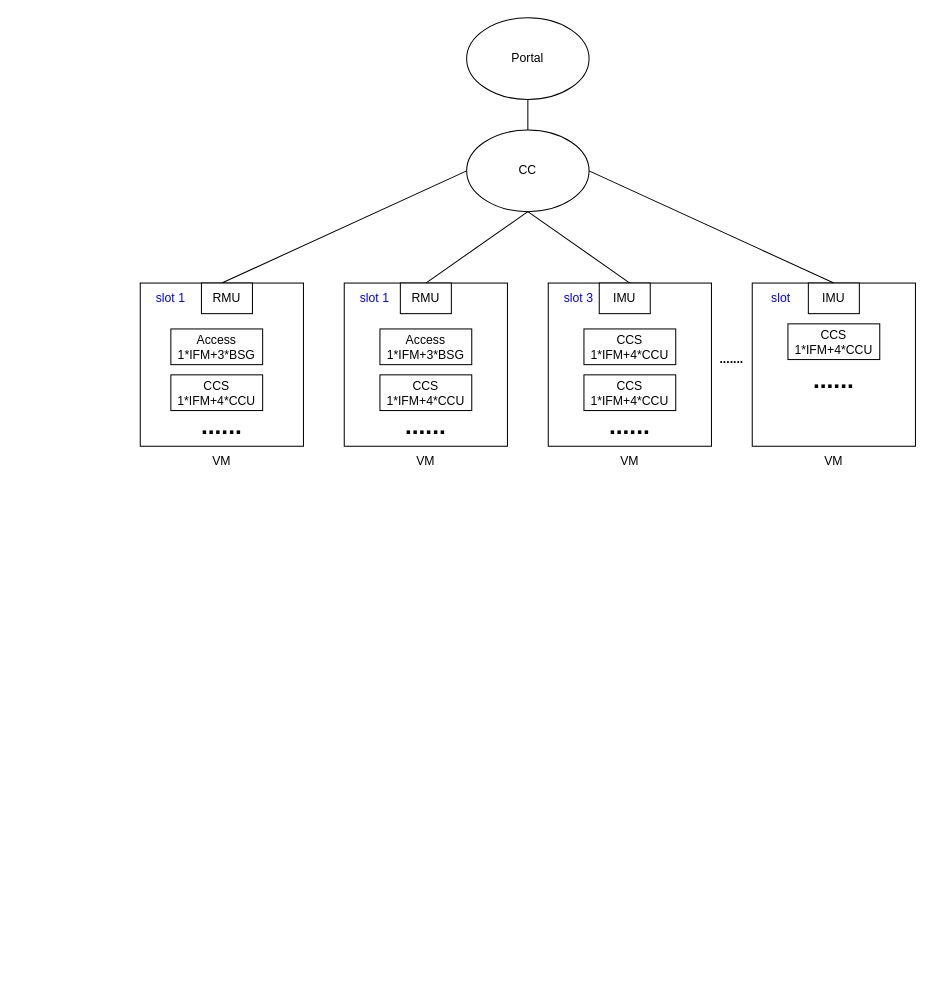
This is 进程组配置.drawio from daizuojian/daizuojian.github.io, a draw.io file, before an edit. Source tidied: cells renumbered, new cells numbered last; positions are measured from the earlier drawing's top-left corner, leaving out a move shared by most shapes. Both pictures are drawn from the tidied source at 102%, with x=0, y=0 at pixel (140, 17).
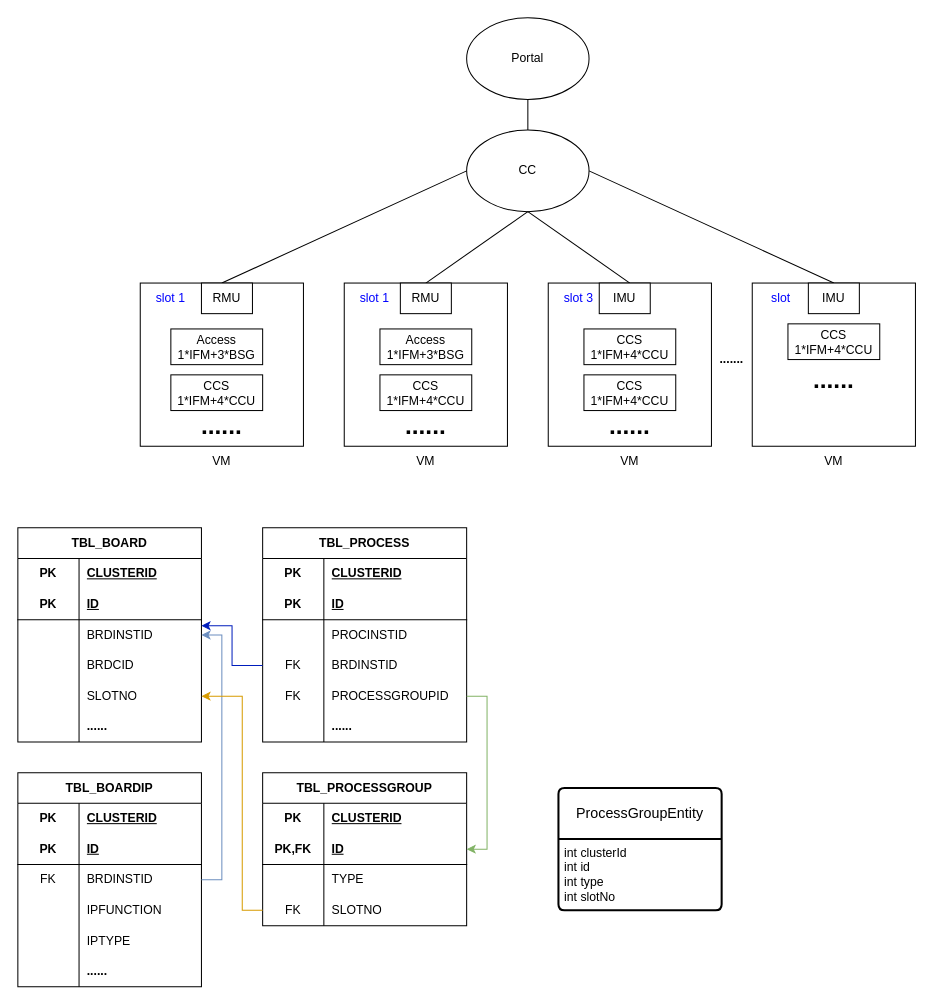
Above is the later version.

Commit message:
更新进程组配置.drawio

The edit, as a diff of the source:
```diff
@@
+    <mxCell id="37" value="TBL_PROCESSGROUP" style="shape=table;startSize=30;childLayout=tableLayout;rowLines=0;fontStyle=1;align=center;html=1;whiteSpace=wrap;" parent="1" vertex="1">
+      <mxGeometry x="120" y="740" width="200" height="150" as="geometry" />
+    </mxCell>
+    <mxCell id="38" style="shape=tableRow;horizontal=0;startSize=0;swimlaneHead=0;swimlaneBody=0;fillColor=none;top=0;left=0;right=0;bottom=0;html=1;" parent="37" vertex="1">
+      <mxGeometry y="30" width="200" height="30" as="geometry" />
+    </mxCell>
+    <mxCell id="39" value="PK" style="shape=partialRectangle;fillColor=none;top=0;left=0;bottom=0;right=0;fontStyle=1;overflow=hidden;html=1;whiteSpace=wrap;" parent="38" vertex="1">
+      <mxGeometry width="60" height="30" as="geometry" />
+    </mxCell>
+    <mxCell id="40" value="CLUSTERID" style="shape=partialRectangle;fillColor=none;top=0;left=0;bottom=0;right=0;align=left;spacingLeft=6;fontStyle=5;overflow=hidden;html=1;whiteSpace=wrap;" parent="38" vertex="1">
+      <mxGeometry x="60" width="140" height="30" as="geometry" />
+    </mxCell>
+    <mxCell id="41" style="shape=tableRow;horizontal=0;startSize=0;swimlaneHead=0;swimlaneBody=0;fillColor=none;points=[[0,0.5],[1,0.5]];portConstraint=eastwest;top=0;left=0;right=0;bottom=1;html=1;" parent="37" vertex="1">
+      <mxGeometry y="60" width="200" height="30" as="geometry" />
+    </mxCell>
+    <mxCell id="42" value="PK,FK" style="shape=partialRectangle;fillColor=none;top=0;left=0;bottom=0;right=0;fontStyle=1;overflow=hidden;html=1;whiteSpace=wrap;" parent="41" vertex="1">
+      <mxGeometry width="60" height="30" as="geometry" />
+    </mxCell>
+    <mxCell id="43" value="ID" style="shape=partialRectangle;fillColor=none;top=0;left=0;bottom=0;right=0;align=left;spacingLeft=6;fontStyle=5;overflow=hidden;html=1;whiteSpace=wrap;" parent="41" vertex="1">
+      <mxGeometry x="60" width="140" height="30" as="geometry" />
+    </mxCell>
+    <mxCell id="44" style="shape=tableRow;horizontal=0;startSize=0;swimlaneHead=0;swimlaneBody=0;fillColor=none;top=0;left=0;right=0;bottom=0;html=1;" parent="37" vertex="1">
+      <mxGeometry y="90" width="200" height="30" as="geometry" />
+    </mxCell>
+    <mxCell id="45" style="shape=partialRectangle;fillColor=none;top=0;left=0;bottom=0;right=0;overflow=hidden;html=1;whiteSpace=wrap;" parent="44" vertex="1">
+      <mxGeometry width="60" height="30" as="geometry" />
+    </mxCell>
+    <mxCell id="46" value="TYPE" style="shape=partialRectangle;fillColor=none;top=0;left=0;bottom=0;right=0;align=left;spacingLeft=6;overflow=hidden;html=1;whiteSpace=wrap;" parent="44" vertex="1">
+      <mxGeometry x="60" width="140" height="30" as="geometry" />
+    </mxCell>
+    <mxCell id="47" style="shape=tableRow;horizontal=0;startSize=0;swimlaneHead=0;swimlaneBody=0;fillColor=none;points=[[0,0.5],[1,0.5]];portConstraint=eastwest;top=0;left=0;right=0;bottom=0;html=1;" parent="37" vertex="1">
+      <mxGeometry y="120" width="200" height="30" as="geometry" />
+    </mxCell>
+    <mxCell id="48" value="FK" style="shape=partialRectangle;fillColor=none;top=0;left=0;bottom=0;right=0;overflow=hidden;html=1;whiteSpace=wrap;" parent="47" vertex="1">
+      <mxGeometry width="60" height="30" as="geometry" />
+    </mxCell>
+    <mxCell id="49" value="SLOTNO" style="shape=partialRectangle;fillColor=none;top=0;left=0;bottom=0;right=0;align=left;spacingLeft=6;overflow=hidden;html=1;whiteSpace=wrap;" parent="47" vertex="1">
+      <mxGeometry x="60" width="140" height="30" as="geometry" />
+    </mxCell>
+    <mxCell id="50" value="TBL_PROCESS" style="shape=table;startSize=30;childLayout=tableLayout;rowLines=0;fontStyle=1;align=center;html=1;whiteSpace=wrap;" parent="1" vertex="1">
+      <mxGeometry x="120" y="500" width="200" height="210" as="geometry" />
+    </mxCell>
+    <mxCell id="51" style="shape=tableRow;horizontal=0;startSize=0;swimlaneHead=0;swimlaneBody=0;fillColor=none;top=0;left=0;right=0;bottom=0;html=1;" parent="50" vertex="1">
+      <mxGeometry y="30" width="200" height="30" as="geometry" />
+    </mxCell>
+    <mxCell id="52" value="PK" style="shape=partialRectangle;fillColor=none;top=0;left=0;bottom=0;right=0;fontStyle=1;overflow=hidden;html=1;whiteSpace=wrap;" parent="51" vertex="1">
+      <mxGeometry width="60" height="30" as="geometry" />
+    </mxCell>
+    <mxCell id="53" value="CLUSTERID" style="shape=partialRectangle;fillColor=none;top=0;left=0;bottom=0;right=0;align=left;spacingLeft=6;fontStyle=5;overflow=hidden;html=1;whiteSpace=wrap;" parent="51" vertex="1">
+      <mxGeometry x="60" width="140" height="30" as="geometry" />
+    </mxCell>
+    <mxCell id="54" style="shape=tableRow;horizontal=0;startSize=0;swimlaneHead=0;swimlaneBody=0;fillColor=none;top=0;left=0;right=0;bottom=1;html=1;" parent="50" vertex="1">
+      <mxGeometry y="60" width="200" height="30" as="geometry" />
+    </mxCell>
+    <mxCell id="55" value="PK" style="shape=partialRectangle;fillColor=none;top=0;left=0;bottom=0;right=0;fontStyle=1;overflow=hidden;html=1;whiteSpace=wrap;" parent="54" vertex="1">
+      <mxGeometry width="60" height="30" as="geometry" />
+    </mxCell>
+    <mxCell id="56" value="ID" style="shape=partialRectangle;fillColor=none;top=0;left=0;bottom=0;right=0;align=left;spacingLeft=6;fontStyle=5;overflow=hidden;html=1;whiteSpace=wrap;" parent="54" vertex="1">
+      <mxGeometry x="60" width="140" height="30" as="geometry" />
+    </mxCell>
+    <mxCell id="57" style="shape=tableRow;horizontal=0;startSize=0;swimlaneHead=0;swimlaneBody=0;fillColor=none;top=0;left=0;right=0;bottom=0;html=1;" parent="50" vertex="1">
+      <mxGeometry y="90" width="200" height="30" as="geometry" />
+    </mxCell>
+    <mxCell id="58" style="shape=partialRectangle;fillColor=none;top=0;left=0;bottom=0;right=0;overflow=hidden;html=1;whiteSpace=wrap;" parent="57" vertex="1">
+      <mxGeometry width="60" height="30" as="geometry" />
+    </mxCell>
+    <mxCell id="59" value="PROCINSTID" style="shape=partialRectangle;fillColor=none;top=0;left=0;bottom=0;right=0;align=left;spacingLeft=6;overflow=hidden;html=1;whiteSpace=wrap;" parent="57" vertex="1">
+      <mxGeometry x="60" width="140" height="30" as="geometry" />
+    </mxCell>
+    <mxCell id="60" style="shape=tableRow;horizontal=0;startSize=0;swimlaneHead=0;swimlaneBody=0;fillColor=none;points=[[0,0.5],[1,0.5]];portConstraint=eastwest;top=0;left=0;right=0;bottom=0;html=1;" parent="50" vertex="1">
+      <mxGeometry y="120" width="200" height="30" as="geometry" />
+    </mxCell>
+    <mxCell id="61" value="FK" style="shape=partialRectangle;fillColor=none;top=0;left=0;bottom=0;right=0;overflow=hidden;html=1;whiteSpace=wrap;" parent="60" vertex="1">
+      <mxGeometry width="60" height="30" as="geometry" />
+    </mxCell>
+    <mxCell id="62" value="BRDINSTID" style="shape=partialRectangle;fillColor=none;top=0;left=0;bottom=0;right=0;align=left;spacingLeft=6;overflow=hidden;html=1;whiteSpace=wrap;" parent="60" vertex="1">
+      <mxGeometry x="60" width="140" height="30" as="geometry" />
+    </mxCell>
+    <mxCell id="63" style="shape=tableRow;horizontal=0;startSize=0;swimlaneHead=0;swimlaneBody=0;fillColor=none;points=[[0,0.5],[1,0.5]];portConstraint=eastwest;top=0;left=0;right=0;bottom=0;html=1;" parent="50" vertex="1">
+      <mxGeometry y="150" width="200" height="30" as="geometry" />
+    </mxCell>
+    <mxCell id="64" value="FK" style="shape=partialRectangle;fillColor=none;top=0;left=0;bottom=0;right=0;overflow=hidden;html=1;whiteSpace=wrap;" parent="63" vertex="1">
+      <mxGeometry width="60" height="30" as="geometry" />
+    </mxCell>
+    <mxCell id="65" value="PROCESSGROUPID" style="shape=partialRectangle;fillColor=none;top=0;left=0;bottom=0;right=0;align=left;spacingLeft=6;overflow=hidden;html=1;whiteSpace=wrap;" parent="63" vertex="1">
+      <mxGeometry x="60" width="140" height="30" as="geometry" />
+    </mxCell>
+    <mxCell id="66" style="shape=tableRow;horizontal=0;startSize=0;swimlaneHead=0;swimlaneBody=0;fillColor=none;top=0;left=0;right=0;bottom=0;html=1;" parent="50" vertex="1">
+      <mxGeometry y="180" width="200" height="30" as="geometry" />
+    </mxCell>
+    <mxCell id="67" style="shape=partialRectangle;fillColor=none;top=0;left=0;bottom=0;right=0;overflow=hidden;html=1;whiteSpace=wrap;" parent="66" vertex="1">
+      <mxGeometry width="60" height="30" as="geometry" />
+    </mxCell>
+    <mxCell id="68" value="&lt;b&gt;......&lt;/b&gt;" style="shape=partialRectangle;fillColor=none;top=0;left=0;bottom=0;right=0;align=left;spacingLeft=6;overflow=hidden;html=1;whiteSpace=wrap;" parent="66" vertex="1">
+      <mxGeometry x="60" width="140" height="30" as="geometry" />
+    </mxCell>
+    <mxCell id="69" value="TBL_BOARD" style="shape=table;startSize=30;childLayout=tableLayout;rowLines=0;fontStyle=1;align=center;html=1;whiteSpace=wrap;" parent="1" vertex="1">
+      <mxGeometry x="-120" y="500" width="180" height="210" as="geometry" />
+    </mxCell>
+    <mxCell id="70" style="shape=tableRow;horizontal=0;startSize=0;swimlaneHead=0;swimlaneBody=0;fillColor=none;top=0;left=0;right=0;bottom=0;html=1;" parent="69" vertex="1">
+      <mxGeometry y="30" width="180" height="30" as="geometry" />
+    </mxCell>
+    <mxCell id="71" value="PK" style="shape=partialRectangle;fillColor=none;top=0;left=0;bottom=0;right=0;fontStyle=1;overflow=hidden;html=1;whiteSpace=wrap;" parent="70" vertex="1">
+      <mxGeometry width="60" height="30" as="geometry" />
+    </mxCell>
+    <mxCell id="72" value="CLUSTERID" style="shape=partialRectangle;fillColor=none;top=0;left=0;bottom=0;right=0;align=left;spacingLeft=6;fontStyle=5;overflow=hidden;html=1;whiteSpace=wrap;" parent="70" vertex="1">
+      <mxGeometry x="60" width="120" height="30" as="geometry" />
+    </mxCell>
+    <mxCell id="73" style="shape=tableRow;horizontal=0;startSize=0;swimlaneHead=0;swimlaneBody=0;fillColor=none;top=0;left=0;right=0;bottom=1;html=1;" parent="69" vertex="1">
+      <mxGeometry y="60" width="180" height="30" as="geometry" />
+    </mxCell>
+    <mxCell id="74" value="PK" style="shape=partialRectangle;fillColor=none;top=0;left=0;bottom=0;right=0;fontStyle=1;overflow=hidden;html=1;whiteSpace=wrap;" parent="73" vertex="1">
+      <mxGeometry width="60" height="30" as="geometry" />
+    </mxCell>
+    <mxCell id="75" value="ID" style="shape=partialRectangle;fillColor=none;top=0;left=0;bottom=0;right=0;align=left;spacingLeft=6;fontStyle=5;overflow=hidden;html=1;whiteSpace=wrap;" parent="73" vertex="1">
+      <mxGeometry x="60" width="120" height="30" as="geometry" />
+    </mxCell>
+    <mxCell id="76" style="shape=tableRow;horizontal=0;startSize=0;swimlaneHead=0;swimlaneBody=0;fillColor=none;points=[[0,0.5],[1,0.5]];portConstraint=eastwest;top=0;left=0;right=0;bottom=0;html=1;" parent="69" vertex="1">
+      <mxGeometry y="90" width="180" height="30" as="geometry" />
+    </mxCell>
+    <mxCell id="77" style="shape=partialRectangle;fillColor=none;top=0;left=0;bottom=0;right=0;overflow=hidden;html=1;whiteSpace=wrap;" parent="76" vertex="1">
+      <mxGeometry width="60" height="30" as="geometry" />
+    </mxCell>
+    <mxCell id="78" value="BRDINSTID" style="shape=partialRectangle;fillColor=none;top=0;left=0;bottom=0;right=0;align=left;spacingLeft=6;overflow=hidden;html=1;whiteSpace=wrap;" parent="76" vertex="1">
+      <mxGeometry x="60" width="120" height="30" as="geometry" />
+    </mxCell>
+    <mxCell id="79" style="shape=tableRow;horizontal=0;startSize=0;swimlaneHead=0;swimlaneBody=0;fillColor=none;top=0;left=0;right=0;bottom=0;html=1;" parent="69" vertex="1">
+      <mxGeometry y="120" width="180" height="30" as="geometry" />
+    </mxCell>
+    <mxCell id="80" style="shape=partialRectangle;fillColor=none;top=0;left=0;bottom=0;right=0;overflow=hidden;html=1;whiteSpace=wrap;" parent="79" vertex="1">
+      <mxGeometry width="60" height="30" as="geometry" />
+    </mxCell>
+    <mxCell id="81" value="BRDCID" style="shape=partialRectangle;fillColor=none;top=0;left=0;bottom=0;right=0;align=left;spacingLeft=6;overflow=hidden;html=1;whiteSpace=wrap;" parent="79" vertex="1">
+      <mxGeometry x="60" width="120" height="30" as="geometry" />
+    </mxCell>
+    <mxCell id="82" style="shape=tableRow;horizontal=0;startSize=0;swimlaneHead=0;swimlaneBody=0;fillColor=none;points=[[0,0.5],[1,0.5]];portConstraint=eastwest;top=0;left=0;right=0;bottom=0;html=1;" parent="69" vertex="1">
+      <mxGeometry y="150" width="180" height="30" as="geometry" />
+    </mxCell>
+    <mxCell id="83" style="shape=partialRectangle;fillColor=none;top=0;left=0;bottom=0;right=0;overflow=hidden;html=1;whiteSpace=wrap;" parent="82" vertex="1">
+      <mxGeometry width="60" height="30" as="geometry" />
+    </mxCell>
+    <mxCell id="84" value="SLOTNO" style="shape=partialRectangle;fillColor=none;top=0;left=0;bottom=0;right=0;align=left;spacingLeft=6;overflow=hidden;html=1;whiteSpace=wrap;" parent="82" vertex="1">
+      <mxGeometry x="60" width="120" height="30" as="geometry" />
+    </mxCell>
+    <mxCell id="85" style="shape=tableRow;horizontal=0;startSize=0;swimlaneHead=0;swimlaneBody=0;fillColor=none;top=0;left=0;right=0;bottom=0;html=1;" parent="69" vertex="1">
+      <mxGeometry y="180" width="180" height="30" as="geometry" />
+    </mxCell>
+    <mxCell id="86" style="shape=partialRectangle;fillColor=none;top=0;left=0;bottom=0;right=0;overflow=hidden;html=1;whiteSpace=wrap;" parent="85" vertex="1">
+      <mxGeometry width="60" height="30" as="geometry" />
+    </mxCell>
+    <mxCell id="87" value="&lt;b&gt;......&lt;/b&gt;" style="shape=partialRectangle;fillColor=none;top=0;left=0;bottom=0;right=0;align=left;spacingLeft=6;overflow=hidden;html=1;whiteSpace=wrap;" parent="85" vertex="1">
+      <mxGeometry x="60" width="120" height="30" as="geometry" />
+    </mxCell>
+    <mxCell id="88" value="TBL_BOARDIP" style="shape=table;startSize=30;childLayout=tableLayout;rowLines=0;fontStyle=1;align=center;html=1;whiteSpace=wrap;" parent="1" vertex="1">
+      <mxGeometry x="-120" y="740" width="180" height="210" as="geometry" />
+    </mxCell>
+    <mxCell id="89" style="shape=tableRow;horizontal=0;startSize=0;swimlaneHead=0;swimlaneBody=0;fillColor=none;top=0;left=0;right=0;bottom=0;html=1;" parent="88" vertex="1">
+      <mxGeometry y="30" width="180" height="30" as="geometry" />
+    </mxCell>
+    <mxCell id="90" value="PK" style="shape=partialRectangle;fillColor=none;top=0;left=0;bottom=0;right=0;fontStyle=1;overflow=hidden;html=1;whiteSpace=wrap;" parent="89" vertex="1">
+      <mxGeometry width="60" height="30" as="geometry" />
+    </mxCell>
+    <mxCell id="91" value="CLUSTERID" style="shape=partialRectangle;fillColor=none;top=0;left=0;bottom=0;right=0;align=left;spacingLeft=6;fontStyle=5;overflow=hidden;html=1;whiteSpace=wrap;" parent="89" vertex="1">
+      <mxGeometry x="60" width="120" height="30" as="geometry" />
+    </mxCell>
+    <mxCell id="92" style="shape=tableRow;horizontal=0;startSize=0;swimlaneHead=0;swimlaneBody=0;fillColor=none;top=0;left=0;right=0;bottom=1;html=1;" parent="88" vertex="1">
+      <mxGeometry y="60" width="180" height="30" as="geometry" />
+    </mxCell>
+    <mxCell id="93" value="PK" style="shape=partialRectangle;fillColor=none;top=0;left=0;bottom=0;right=0;fontStyle=1;overflow=hidden;html=1;whiteSpace=wrap;" parent="92" vertex="1">
+      <mxGeometry width="60" height="30" as="geometry" />
+    </mxCell>
+    <mxCell id="94" value="ID" style="shape=partialRectangle;fillColor=none;top=0;left=0;bottom=0;right=0;align=left;spacingLeft=6;fontStyle=5;overflow=hidden;html=1;whiteSpace=wrap;" parent="92" vertex="1">
+      <mxGeometry x="60" width="120" height="30" as="geometry" />
+    </mxCell>
+    <mxCell id="95" style="shape=tableRow;horizontal=0;startSize=0;swimlaneHead=0;swimlaneBody=0;fillColor=none;points=[[0,0.5],[1,0.5]];portConstraint=eastwest;top=0;left=0;right=0;bottom=0;html=1;" parent="88" vertex="1">
+      <mxGeometry y="90" width="180" height="30" as="geometry" />
+    </mxCell>
+    <mxCell id="96" value="FK" style="shape=partialRectangle;fillColor=none;top=0;left=0;bottom=0;right=0;overflow=hidden;html=1;whiteSpace=wrap;" parent="95" vertex="1">
+      <mxGeometry width="60" height="30" as="geometry" />
+    </mxCell>
+    <mxCell id="97" value="BRDINSTID" style="shape=partialRectangle;fillColor=none;top=0;left=0;bottom=0;right=0;align=left;spacingLeft=6;overflow=hidden;html=1;whiteSpace=wrap;" parent="95" vertex="1">
+      <mxGeometry x="60" width="120" height="30" as="geometry" />
+    </mxCell>
+    <mxCell id="98" style="shape=tableRow;horizontal=0;startSize=0;swimlaneHead=0;swimlaneBody=0;fillColor=none;top=0;left=0;right=0;bottom=0;html=1;" parent="88" vertex="1">
+      <mxGeometry y="120" width="180" height="30" as="geometry" />
+    </mxCell>
+    <mxCell id="99" style="shape=partialRectangle;fillColor=none;top=0;left=0;bottom=0;right=0;overflow=hidden;html=1;whiteSpace=wrap;" parent="98" vertex="1">
+      <mxGeometry width="60" height="30" as="geometry" />
+    </mxCell>
+    <mxCell id="100" value="IPFUNCTION" style="shape=partialRectangle;fillColor=none;top=0;left=0;bottom=0;right=0;align=left;spacingLeft=6;overflow=hidden;html=1;whiteSpace=wrap;" parent="98" vertex="1">
+      <mxGeometry x="60" width="120" height="30" as="geometry" />
+    </mxCell>
+    <mxCell id="101" style="shape=tableRow;horizontal=0;startSize=0;swimlaneHead=0;swimlaneBody=0;fillColor=none;top=0;left=0;right=0;bottom=0;html=1;" parent="88" vertex="1">
+      <mxGeometry y="150" width="180" height="30" as="geometry" />
+    </mxCell>
+    <mxCell id="102" style="shape=partialRectangle;fillColor=none;top=0;left=0;bottom=0;right=0;overflow=hidden;html=1;whiteSpace=wrap;" parent="101" vertex="1">
+      <mxGeometry width="60" height="30" as="geometry" />
+    </mxCell>
+    <mxCell id="103" value="IPTYPE" style="shape=partialRectangle;fillColor=none;top=0;left=0;bottom=0;right=0;align=left;spacingLeft=6;overflow=hidden;html=1;whiteSpace=wrap;" parent="101" vertex="1">
+      <mxGeometry x="60" width="120" height="30" as="geometry" />
+    </mxCell>
+    <mxCell id="104" style="shape=tableRow;horizontal=0;startSize=0;swimlaneHead=0;swimlaneBody=0;fillColor=none;top=0;left=0;right=0;bottom=0;html=1;" parent="88" vertex="1">
+      <mxGeometry y="180" width="180" height="30" as="geometry" />
+    </mxCell>
+    <mxCell id="105" style="shape=partialRectangle;fillColor=none;top=0;left=0;bottom=0;right=0;overflow=hidden;html=1;whiteSpace=wrap;" parent="104" vertex="1">
+      <mxGeometry width="60" height="30" as="geometry" />
+    </mxCell>
+    <mxCell id="106" value="&lt;b&gt;......&lt;/b&gt;" style="shape=partialRectangle;fillColor=none;top=0;left=0;bottom=0;right=0;align=left;spacingLeft=6;overflow=hidden;html=1;whiteSpace=wrap;" parent="104" vertex="1">
+      <mxGeometry x="60" width="120" height="30" as="geometry" />
+    </mxCell>
+    <mxCell id="107" style="edgeStyle=orthogonalEdgeStyle;rounded=0;jettySize=auto;html=1;exitX=1;exitY=0.5;exitDx=0;exitDy=0;entryX=1;entryY=0.5;entryDx=0;entryDy=0;fillColor=#d5e8d4;strokeColor=#82b366;" parent="1" edge="1" source="63" target="41">
+      <mxGeometry relative="1" as="geometry" />
+    </mxCell>
+    <mxCell id="108" style="edgeStyle=orthogonalEdgeStyle;rounded=0;jettySize=auto;html=1;exitX=1;exitY=0.5;exitDx=0;exitDy=0;entryX=1;entryY=0.5;entryDx=0;entryDy=0;fillColor=#dae8fc;strokeColor=#6c8ebf;" parent="1" edge="1" source="95" target="76">
+      <mxGeometry relative="1" as="geometry" />
+    </mxCell>
+    <mxCell id="109" style="edgeStyle=orthogonalEdgeStyle;rounded=0;jettySize=auto;html=1;exitX=0;exitY=0.5;exitDx=0;exitDy=0;entryX=1;entryY=0.5;entryDx=0;entryDy=0;fillColor=#ffe6cc;strokeColor=#d79b00;" parent="1" edge="1" source="47" target="82">
+      <mxGeometry relative="1" as="geometry">
+        <Array as="points">
+          <mxPoint x="100" y="875" />
+          <mxPoint x="100" y="665" />
+        </Array>
+      </mxGeometry>
+    </mxCell>
+    <mxCell id="110" style="edgeStyle=orthogonalEdgeStyle;rounded=0;jettySize=auto;html=1;fillColor=#0050ef;strokeColor=#001DBC;entryX=1;entryY=0.2;entryDx=0;entryDy=0;entryPerimeter=0;" parent="1" edge="1" source="60" target="76">
+      <mxGeometry relative="1" as="geometry" />
+    </mxCell>
+    <mxCell id="111" value="ProcessGroupEntity" style="swimlane;horizontal=1;startSize=50;rounded=1;fontSize=14;fontStyle=0;strokeWidth=2;shadow=0;dashed=0;align=center;arcSize=4;whiteSpace=wrap;html=1;" parent="1" vertex="1">
+      <mxGeometry x="410" y="755" width="160" height="120" as="geometry" />
+    </mxCell>
+    <mxCell id="112" value="int clusterId&lt;br&gt;int id&lt;br&gt;int type&lt;br&gt;int slotNo" style="align=left;strokeColor=none;fillColor=none;spacingLeft=4;fontSize=12;verticalAlign=top;html=1;" parent="111" vertex="1">
+      <mxGeometry y="50" width="160" height="70" as="geometry" />
+    </mxCell>
```
